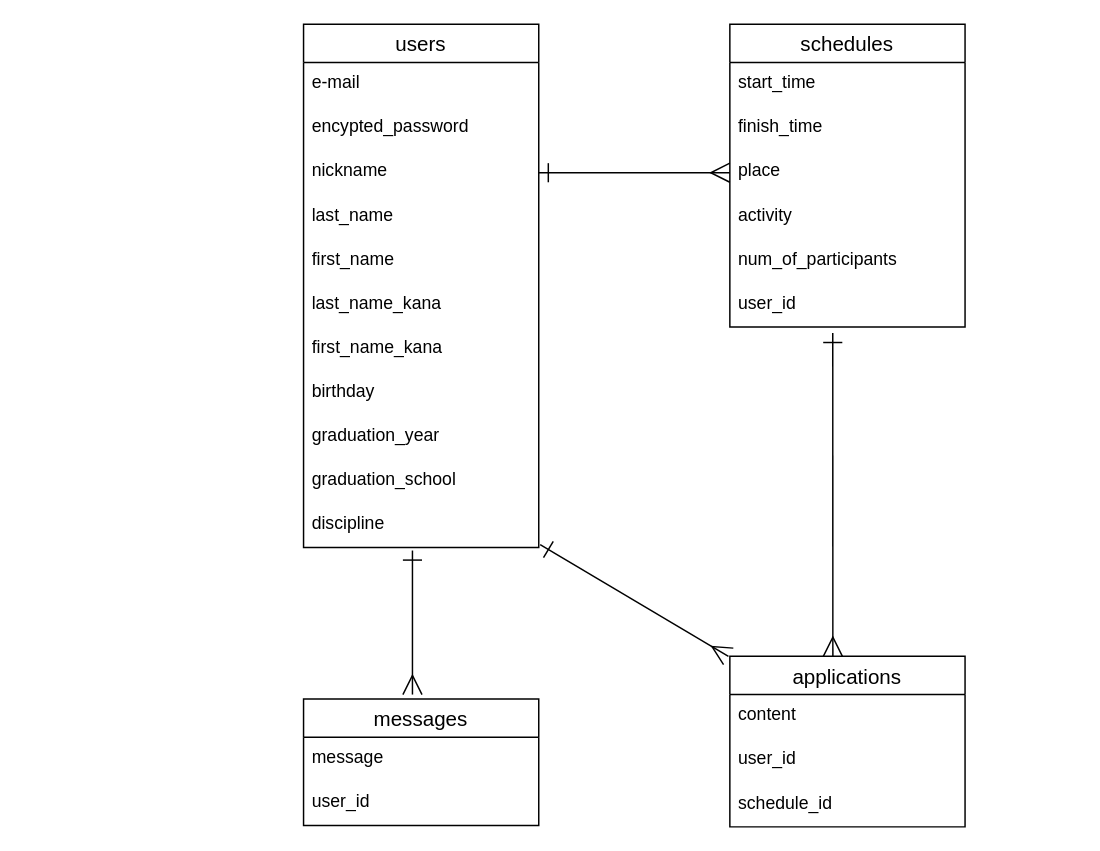
naminoriko/pcc-app keeps this draw.io diagram as er.dio. Above is the earlier version. Source tidied: cells renumbered, new cells numbered last; positions are measured from the earlier drawing's top-left corner, leaving out a move shared by most shapes. Both pictures are drawn from the tidied source at 147%, with x=0, y=0 at pixel (303, 24).
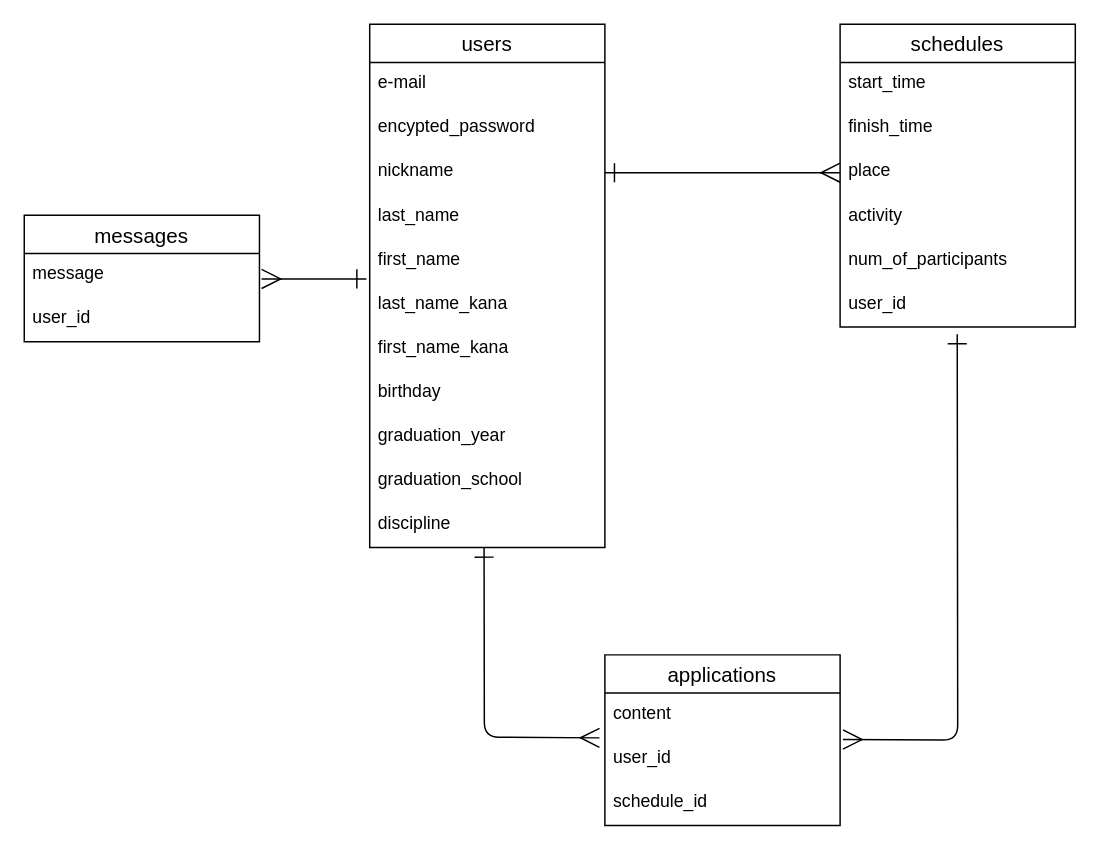
After the change.

The change refers to these unchanged cells:
```xml
<mxCell id="5" value="place  &#10;" style="text;strokeColor=none;fillColor=none;spacingLeft=4;spacingRight=4;overflow=hidden;points=[[0,0.5],[1,0.5]];portConstraint=eastwest;fontSize=12;" parent="2" vertex="1">
  <mxGeometry y="86" width="160" height="30" as="geometry" />
</mxCell>
<mxCell id="8" value="user_id" style="text;strokeColor=none;fillColor=none;spacingLeft=4;spacingRight=4;overflow=hidden;points=[[0,0.5],[1,0.5]];portConstraint=eastwest;fontSize=12;" parent="2" vertex="1">
  <mxGeometry y="176" width="160" height="30" as="geometry" />
</mxCell>
<mxCell id="15" value="last_name_kana" style="text;strokeColor=none;fillColor=none;spacingLeft=4;spacingRight=4;overflow=hidden;points=[[0,0.5],[1,0.5]];portConstraint=eastwest;fontSize=12;" parent="9" vertex="1">
  <mxGeometry y="176" width="160" height="30" as="geometry" />
</mxCell>
<mxCell id="20" value="discipline" style="text;strokeColor=none;fillColor=none;spacingLeft=4;spacingRight=4;overflow=hidden;points=[[0,0.5],[1,0.5]];portConstraint=eastwest;fontSize=12;" parent="9" vertex="1">
  <mxGeometry y="326" width="160" height="30" as="geometry" />
</mxCell>
<mxCell id="22" value="message" style="text;strokeColor=none;fillColor=none;spacingLeft=4;spacingRight=4;overflow=hidden;points=[[0,0.5],[1,0.5]];portConstraint=eastwest;fontSize=12;" parent="21" vertex="1">
  <mxGeometry y="26" width="160" height="30" as="geometry" />
</mxCell>
<mxCell id="27" value="user_id" style="text;strokeColor=none;fillColor=none;spacingLeft=4;spacingRight=4;overflow=hidden;points=[[0,0.5],[1,0.5]];portConstraint=eastwest;fontSize=12;" parent="25" vertex="1">
  <mxGeometry y="56" width="160" height="30" as="geometry" />
</mxCell>
```

Diff of the diagram source:
```diff
@@
     <mxCell id="2" value="schedules" style="swimlane;fontStyle=0;horizontal=1;startSize=26;align=center;fontSize=14;" parent="1" vertex="1">
-      <mxGeometry x="290" width="160" height="206" as="geometry" />
+      <mxGeometry x="365" width="160" height="206" as="geometry" />
     </mxCell>
@@
     <mxCell id="9" value="users" style="swimlane;fontStyle=0;horizontal=1;startSize=26;align=center;fontSize=14;" parent="1" vertex="1">
-      <mxGeometry width="160" height="356" as="geometry" />
+      <mxGeometry x="45" width="160" height="356" as="geometry" />
     </mxCell>
@@
     <mxCell id="21" value="messages" style="swimlane;fontStyle=0;horizontal=1;startSize=26;align=center;fontSize=14;" parent="1" vertex="1">
-      <mxGeometry y="459" width="160" height="86" as="geometry" />
+      <mxGeometry x="-190" y="130" width="160" height="86" as="geometry" />
     </mxCell>
@@
     <mxCell id="24" style="edgeStyle=none;html=1;entryX=0;entryY=0.5;entryDx=0;entryDy=0;endArrow=ERmany;endFill=0;startArrow=ERone;startFill=0;endSize=11;startSize=11;" parent="1" edge="1" target="5">
       <mxGeometry relative="1" as="geometry">
-        <mxPoint x="160" y="101" as="sourcePoint" />
+        <mxPoint x="205" y="101" as="sourcePoint" />
       </mxGeometry>
     </mxCell>
     <mxCell id="25" value="applications" style="swimlane;fontStyle=0;horizontal=1;startSize=26;align=center;fontSize=14;" parent="1" vertex="1">
-      <mxGeometry x="290" y="430" width="160" height="116" as="geometry" />
+      <mxGeometry x="205" y="429" width="160" height="116" as="geometry" />
     </mxCell>
@@
-    <mxCell id="29" style="edgeStyle=none;html=1;endArrow=ERmany;endFill=0;startArrow=ERone;startFill=0;endSize=11;startSize=11;exitX=0.463;exitY=1.067;exitDx=0;exitDy=0;exitPerimeter=0;entryX=0.463;entryY=-0.035;entryDx=0;entryDy=0;entryPerimeter=0;" parent="1" edge="1" source="20" target="21">
+    <mxCell id="29" style="edgeStyle=none;html=1;endArrow=ERmany;endFill=0;startArrow=ERone;startFill=0;endSize=11;startSize=11;exitX=-0.014;exitY=-0.092;exitDx=0;exitDy=0;exitPerimeter=0;entryX=1.009;entryY=0.575;entryDx=0;entryDy=0;entryPerimeter=0;" parent="1" edge="1" source="15" target="22">
       <mxGeometry relative="1" as="geometry" />
     </mxCell>
-    <mxCell id="30" style="edgeStyle=none;html=1;endArrow=ERmany;endFill=0;startArrow=ERone;startFill=0;endSize=11;startSize=11;entryX=0.438;entryY=0;entryDx=0;entryDy=0;entryPerimeter=0;" parent="1" edge="1" target="25">
-      <mxGeometry relative="1" as="geometry">
-        <mxPoint x="360" y="210" as="sourcePoint" />
-      </mxGeometry>
-    </mxCell>
-    <mxCell id="31" style="edgeStyle=none;html=1;endArrow=ERmany;endFill=0;startArrow=ERone;startFill=0;endSize=11;startSize=11;entryX=-0.006;entryY=0;entryDx=0;entryDy=0;entryPerimeter=0;exitX=1.006;exitY=0.933;exitDx=0;exitDy=0;exitPerimeter=0;" parent="1" edge="1" source="20" target="25">
-      <mxGeometry relative="1" as="geometry" />
-    </mxCell>
+    <mxCell id="32" style="edgeStyle=none;html=1;endArrow=ERmany;endFill=0;startArrow=ERone;startFill=0;endSize=11;startSize=11;exitX=0.498;exitY=1.163;exitDx=0;exitDy=0;exitPerimeter=0;entryX=1.012;entryY=0.052;entryDx=0;entryDy=0;entryPerimeter=0;" parent="1" edge="1" source="8" target="27">
+      <mxGeometry relative="1" as="geometry">
+        <Array as="points">
+          <mxPoint x="445" y="487" />
+        </Array>
+      </mxGeometry>
+    </mxCell>
+    <mxCell id="33" style="edgeStyle=none;html=1;endArrow=ERmany;endFill=0;startArrow=ERone;startFill=0;endSize=11;startSize=11;exitX=0.498;exitY=1.163;exitDx=0;exitDy=0;exitPerimeter=0;entryX=-0.023;entryY=0.015;entryDx=0;entryDy=0;entryPerimeter=0;" parent="1" edge="1" target="27">
+      <mxGeometry relative="1" as="geometry">
+        <mxPoint x="122.8" y="356" as="sourcePoint" />
+        <Array as="points">
+          <mxPoint x="123" y="485" />
+        </Array>
+      </mxGeometry>
+    </mxCell>
```
